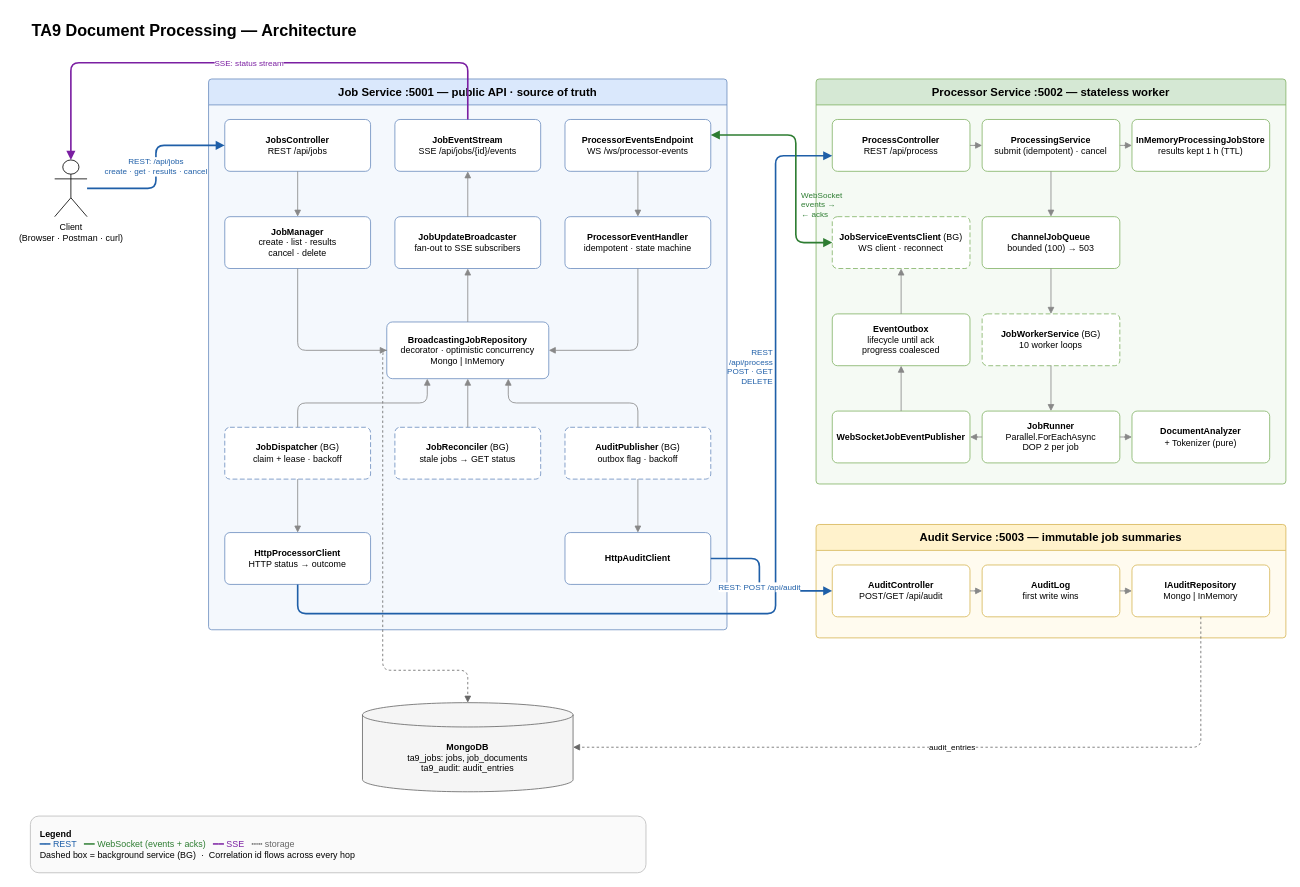
Before: page "1. Architecture" (1 of 15) of docs/hld/diagrams/ta9-hld.drawio in orontamir/Ta9_Oron, a draw.io diagram. Source tidied: cells renumbered, new cells numbered last; positions are measured from the earlier drawing's top-left corner, leaving out a move shared by most shapes. Both pictures are drawn from the tidied source at 81%, with x=0, y=0 at pixel (30, 14).
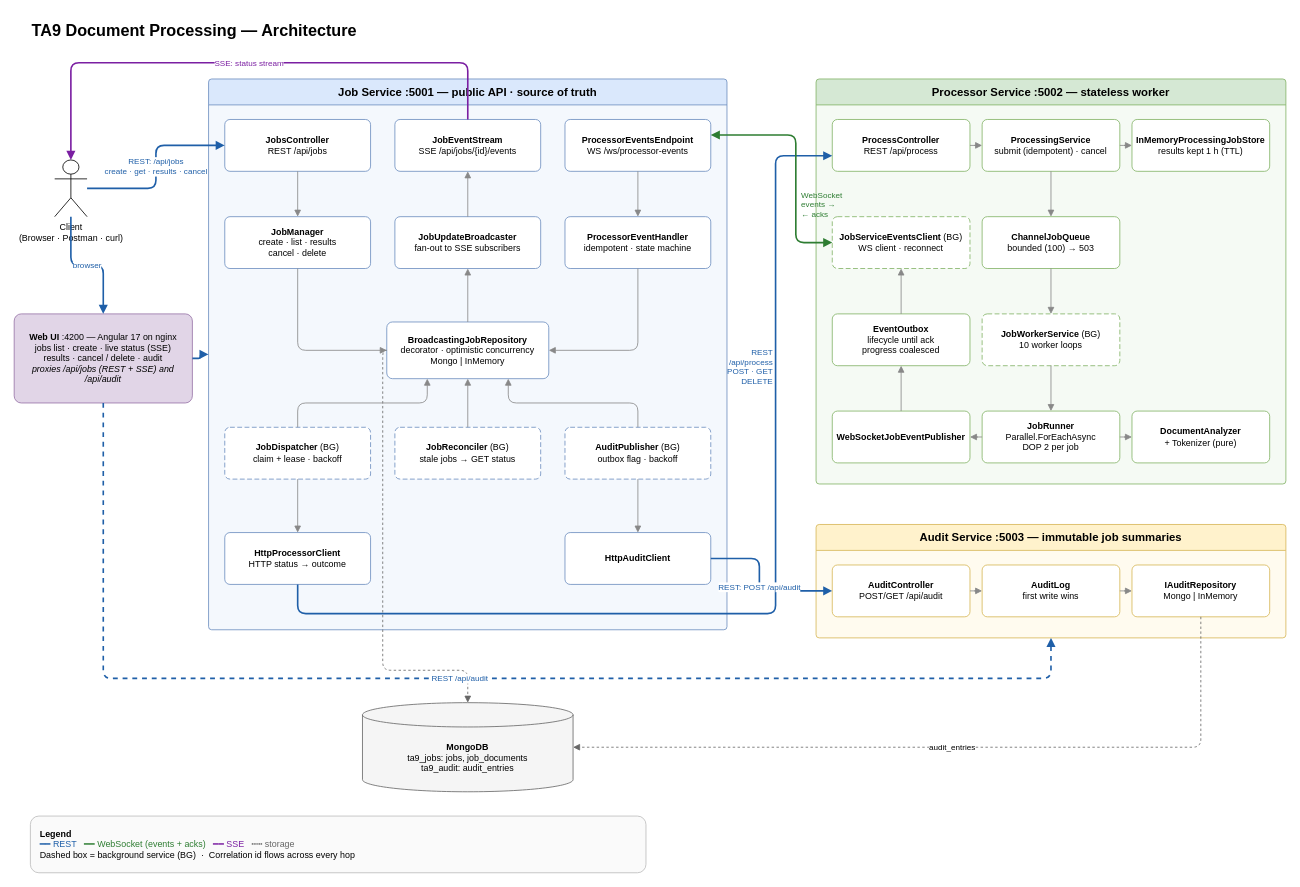
Above is the later version.

The change refers to these unchanged cells:
```xml
<mxCell id="3" value="Client&lt;br&gt;(Browser · Postman · curl)" style="shape=umlActor;verticalLabelPosition=bottom;verticalAlign=top;html=1;fontSize=11;" parent="1" vertex="1">
  <mxGeometry x="30" y="180" width="40" height="70" as="geometry" />
</mxCell>
<mxCell id="4" value="Job Service :5001  —  public API · source of truth" style="swimlane;whiteSpace=wrap;html=1;startSize=32;fontStyle=1;fontSize=14;rounded=1;arcSize=4;fillColor=#dae8fc;strokeColor=#6c8ebf;swimlaneFillColor=#F4F8FD;" parent="1" vertex="1">
  <mxGeometry x="220" y="80" width="640" height="680" as="geometry" />
</mxCell>
<mxCell id="28" value="Audit Service :5003  —  immutable job summaries" style="swimlane;whiteSpace=wrap;html=1;startSize=32;fontStyle=1;fontSize=14;rounded=1;arcSize=4;fillColor=#fff2cc;strokeColor=#d6b656;swimlaneFillColor=#FFFBEF;" parent="1" vertex="1">
  <mxGeometry x="970" y="630" width="580" height="140" as="geometry" />
</mxCell>
```

What changed in the source:
```diff
@@
+    <mxCell id="65" value="&lt;b&gt;Web UI&lt;/b&gt; :4200 — Angular 17 on nginx&lt;br&gt;jobs list · create · live status (SSE)&lt;br&gt;results · cancel / delete · audit&lt;br&gt;&lt;i&gt;proxies /api/jobs (REST + SSE) and /api/audit&lt;/i&gt;" style="rounded=1;whiteSpace=wrap;html=1;fontSize=11;arcSize=8;fillColor=#e1d5e7;strokeColor=#9673a6;" parent="1" vertex="1">
+      <mxGeometry x="-20" y="370" width="220" height="110" as="geometry" />
+    </mxCell>
+    <mxCell id="66" value="browser" style="edgeStyle=orthogonalEdgeStyle;rounded=1;html=1;endArrow=block;endFill=1;fontSize=10;labelBackgroundColor=#FFFFFF;strokeColor=#1f5fa8;strokeWidth=2;fontColor=#1f5fa8;exitX=0.5;exitY=1;exitDx=0;exitDy=0;entryX=0.5;entryY=0;entryDx=0;entryDy=0;" parent="1" edge="1" source="3" target="65">
+      <mxGeometry relative="1" as="geometry" />
+    </mxCell>
+    <mxCell id="67" style="edgeStyle=orthogonalEdgeStyle;rounded=1;html=1;endArrow=block;endFill=1;fontSize=10;labelBackgroundColor=#FFFFFF;strokeColor=#1f5fa8;strokeWidth=2;fontColor=#1f5fa8;exitX=1;exitY=0.5;exitDx=0;exitDy=0;entryX=0;entryY=0.5;entryDx=0;entryDy=0;" parent="1" edge="1" source="65" target="4">
+      <mxGeometry relative="1" as="geometry" />
+    </mxCell>
+    <mxCell id="68" value="REST /api/audit" style="edgeStyle=orthogonalEdgeStyle;rounded=1;html=1;endArrow=block;endFill=1;fontSize=10;labelBackgroundColor=#FFFFFF;strokeColor=#1f5fa8;strokeWidth=2;fontColor=#1f5fa8;dashed=1;exitX=0.5;exitY=1;exitDx=0;exitDy=0;entryX=0.5;entryY=1;entryDx=0;entryDy=0;" parent="1" edge="1" source="65" target="28">
+      <mxGeometry relative="1" as="geometry">
+        <Array as="points">
+          <mxPoint x="90" y="820" />
+          <mxPoint x="1260" y="820" />
+        </Array>
+      </mxGeometry>
+    </mxCell>
```
